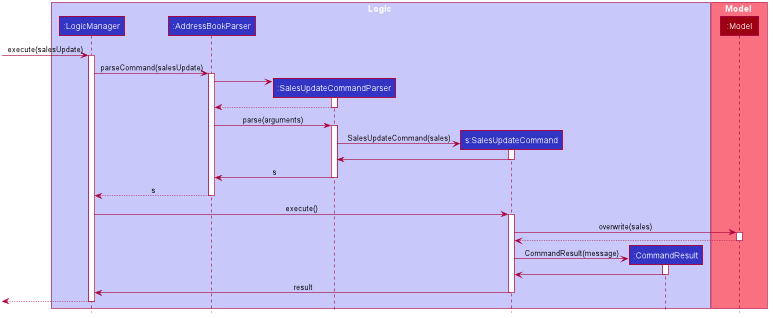
Earlier version of the PlantUML export docs/images/SalesUpdateSequenceDiagram.png (nus-cs2103-AY2021S1/tp).
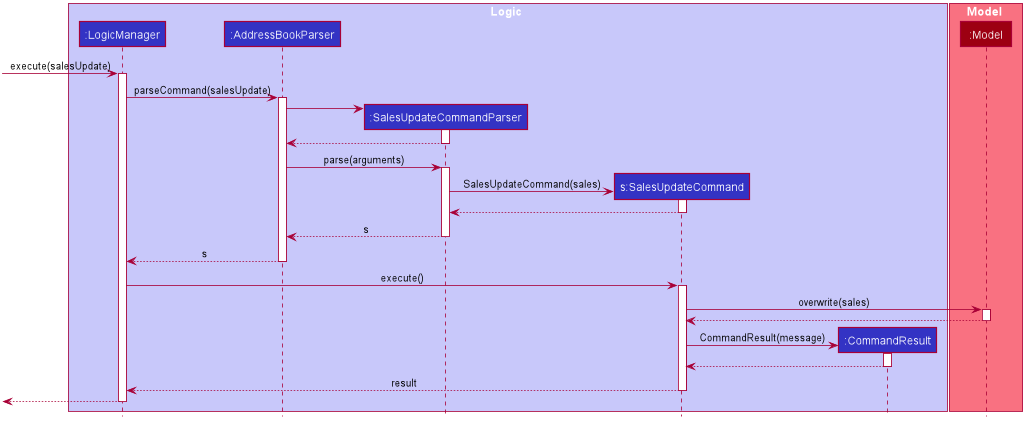
After the change.

Diff of the diagram source:
```diff
@@ -81,10 +81,10 @@
 SalesUpdateCommandParser -> SalesUpdateCommand : SalesUpdateCommand(sales)
 activate SalesUpdateCommand
 
-SalesUpdateCommand -> SalesUpdateCommandParser
+SalesUpdateCommand --> SalesUpdateCommandParser
 deactivate SalesUpdateCommand
 
-SalesUpdateCommandParser -> AddressBookParser : s
+SalesUpdateCommandParser --> AddressBookParser : s
 deactivate SalesUpdateCommandParser
 
 AddressBookParser --> LogicManager : s
@@ -103,10 +103,10 @@
 SalesUpdateCommand -> CommandResult : CommandResult(message)
 activate CommandResult
 
-CommandResult -> SalesUpdateCommand
+CommandResult --> SalesUpdateCommand
 deactivate CommandResult
 
-SalesUpdateCommand -> LogicManager : result
+SalesUpdateCommand --> LogicManager : result
 deactivate SalesUpdateCommand
 
 [<--LogicManager
```
